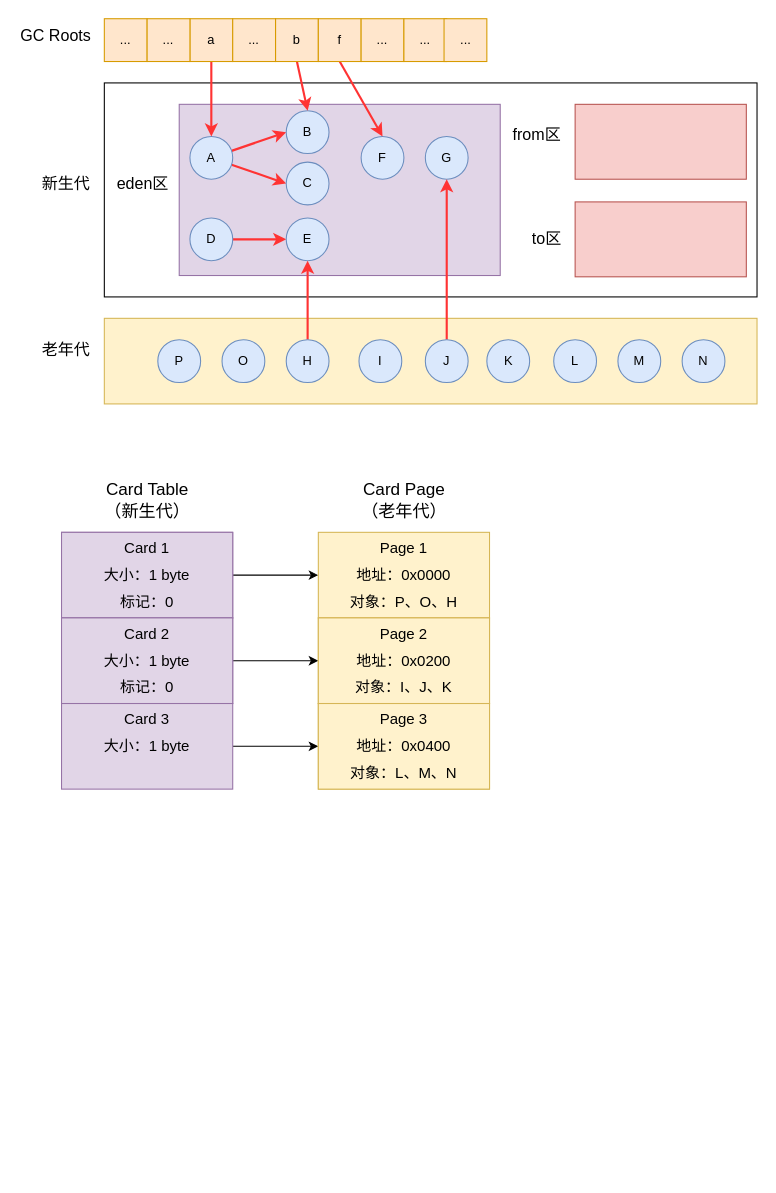
This is 图解 Remembered Set、Card Table、Write Barrier/图解 Remembered Set、Card Table、Write Barrier.drawio from zero-97/picture-of-the-article, a draw.io file, before an edit. Source tidied: cells renumbered, new cells numbered last; positions are measured from the earlier drawing's top-left corner, leaving out a move shared by most shapes. Both pictures are drawn from the tidied source at 107%, with x=0, y=0 at pixel (18, 18).
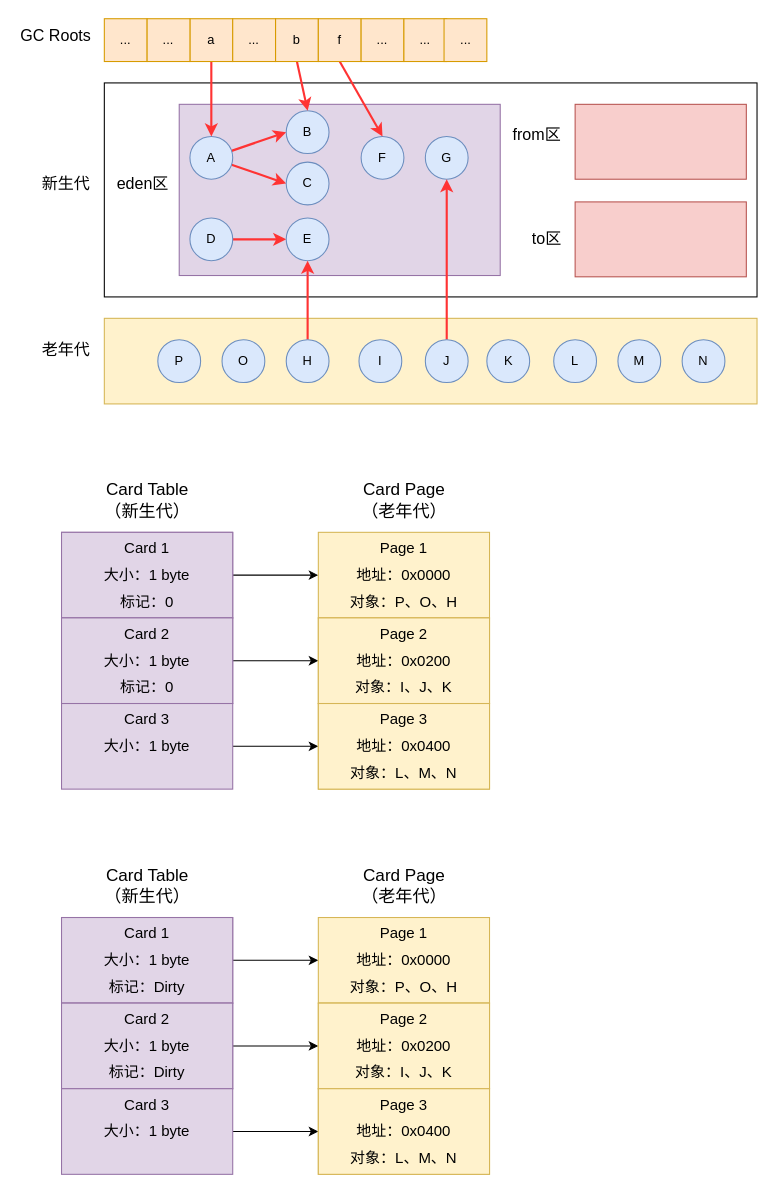
Above is the later version.

The edit, as a diff of the source:
```diff
@@
+    <mxCell id="82" style="edgeStyle=orthogonalEdgeStyle;rounded=0;jettySize=auto;html=1;entryX=0;entryY=0.5;entryDx=0;entryDy=0;fontSize=14;" parent="1" edge="1" source="105" target="88">
+      <mxGeometry relative="1" as="geometry" />
+    </mxCell>
+    <mxCell id="83" style="edgeStyle=orthogonalEdgeStyle;rounded=0;jettySize=auto;html=1;entryX=0;entryY=0.5;entryDx=0;entryDy=0;fontSize=14;" parent="1" edge="1" source="110" target="93">
+      <mxGeometry relative="1" as="geometry" />
+    </mxCell>
+    <mxCell id="84" style="edgeStyle=orthogonalEdgeStyle;rounded=0;jettySize=auto;html=1;entryX=0;entryY=0.5;entryDx=0;entryDy=0;fontSize=14;" parent="1" edge="1" source="115" target="98">
+      <mxGeometry relative="1" as="geometry" />
+    </mxCell>
+    <mxCell id="85" style="group;" parent="1" vertex="1">
+      <mxGeometry x="280" y="790" width="160" height="290" as="geometry" />
+    </mxCell>
+    <mxCell id="86" value="&lt;font style=&quot;font-size: 16px&quot;&gt;Card Page&lt;br&gt;（老年代）&lt;br&gt;&lt;/font&gt;" style="text;html=1;align=center;verticalAlign=middle;strokeColor=none;fillColor=none;" parent="85" vertex="1">
+      <mxGeometry x="30" width="100" height="40" as="geometry" />
+    </mxCell>
+    <mxCell id="87" style="group;" parent="85" vertex="1">
+      <mxGeometry y="50" width="160" height="80" as="geometry" />
+    </mxCell>
+    <mxCell id="88" style="rounded=0;whiteSpace=wrap;html=1;fillColor=#fff2cc;strokeColor=#d6b656;" parent="87" vertex="1">
+      <mxGeometry width="160" height="80" as="geometry" />
+    </mxCell>
+    <mxCell id="89" value="Page 1" style="text;html=1;strokeColor=none;fillColor=none;align=center;verticalAlign=middle;whiteSpace=wrap;rounded=0;fontSize=14;" parent="87" vertex="1">
+      <mxGeometry x="50" width="60" height="30" as="geometry" />
+    </mxCell>
+    <mxCell id="90" value="地址：0x0000" style="text;html=1;strokeColor=none;fillColor=none;align=center;verticalAlign=middle;whiteSpace=wrap;rounded=0;fontSize=14;" parent="87" vertex="1">
+      <mxGeometry x="30" y="25" width="100" height="30" as="geometry" />
+    </mxCell>
+    <mxCell id="91" value="对象：P、O、H" style="text;html=1;strokeColor=none;fillColor=none;align=center;verticalAlign=middle;whiteSpace=wrap;rounded=0;fontSize=14;" parent="87" vertex="1">
+      <mxGeometry x="15" y="50" width="130" height="30" as="geometry" />
+    </mxCell>
+    <mxCell id="92" style="group;fillColor=#fff2cc;strokeColor=#d6b656;" parent="85" vertex="1">
+      <mxGeometry y="130" width="160" height="80" as="geometry" />
+    </mxCell>
+    <mxCell id="93" style="rounded=0;whiteSpace=wrap;html=1;fillColor=#fff2cc;strokeColor=#d6b656;" parent="92" vertex="1">
+      <mxGeometry width="160" height="80" as="geometry" />
+    </mxCell>
+    <mxCell id="94" value="Page 2" style="text;html=1;strokeColor=none;fillColor=none;align=center;verticalAlign=middle;whiteSpace=wrap;rounded=0;fontSize=14;" parent="92" vertex="1">
+      <mxGeometry x="50" width="60" height="30" as="geometry" />
+    </mxCell>
+    <mxCell id="95" value="地址：0x0200" style="text;html=1;strokeColor=none;fillColor=none;align=center;verticalAlign=middle;whiteSpace=wrap;rounded=0;fontSize=14;" parent="92" vertex="1">
+      <mxGeometry x="30" y="25" width="100" height="30" as="geometry" />
+    </mxCell>
+    <mxCell id="96" value="对象：I、J、K" style="text;html=1;strokeColor=none;fillColor=none;align=center;verticalAlign=middle;whiteSpace=wrap;rounded=0;fontSize=14;" parent="92" vertex="1">
+      <mxGeometry x="15" y="50" width="130" height="30" as="geometry" />
+    </mxCell>
+    <mxCell id="97" style="group;fillColor=#fff2cc;strokeColor=#d6b656;" parent="85" vertex="1">
+      <mxGeometry y="210" width="160" height="80" as="geometry" />
+    </mxCell>
+    <mxCell id="98" style="rounded=0;whiteSpace=wrap;html=1;fillColor=#fff2cc;strokeColor=#d6b656;" parent="97" vertex="1">
+      <mxGeometry width="160" height="80" as="geometry" />
+    </mxCell>
+    <mxCell id="99" value="Page 3" style="text;html=1;strokeColor=none;fillColor=none;align=center;verticalAlign=middle;whiteSpace=wrap;rounded=0;fontSize=14;" parent="97" vertex="1">
+      <mxGeometry x="50" width="60" height="30" as="geometry" />
+    </mxCell>
+    <mxCell id="100" value="地址：0x0400" style="text;html=1;strokeColor=none;fillColor=none;align=center;verticalAlign=middle;whiteSpace=wrap;rounded=0;fontSize=14;" parent="97" vertex="1">
+      <mxGeometry x="30" y="25" width="100" height="30" as="geometry" />
+    </mxCell>
+    <mxCell id="101" value="对象：L、M、N" style="text;html=1;strokeColor=none;fillColor=none;align=center;verticalAlign=middle;whiteSpace=wrap;rounded=0;fontSize=14;" parent="97" vertex="1">
+      <mxGeometry x="15" y="50" width="130" height="30" as="geometry" />
+    </mxCell>
+    <mxCell id="102" style="group;" parent="1" vertex="1">
+      <mxGeometry x="40" y="790" width="160" height="290" as="geometry" />
+    </mxCell>
+    <mxCell id="103" value="&lt;font style=&quot;font-size: 16px&quot;&gt;Card Table&lt;br&gt;（新生代）&lt;br&gt;&lt;/font&gt;" style="text;html=1;align=center;verticalAlign=middle;strokeColor=none;fillColor=none;" parent="102" vertex="1">
+      <mxGeometry x="30" width="100" height="40" as="geometry" />
+    </mxCell>
+    <mxCell id="104" style="group;fillColor=#e1d5e7;strokeColor=#9673a6;" parent="102" vertex="1">
+      <mxGeometry y="50" width="160" height="80" as="geometry" />
+    </mxCell>
+    <mxCell id="105" style="rounded=0;whiteSpace=wrap;html=1;fillColor=#e1d5e7;strokeColor=#9673a6;" parent="104" vertex="1">
+      <mxGeometry width="160" height="80" as="geometry" />
+    </mxCell>
+    <mxCell id="106" value="Card 1" style="text;html=1;strokeColor=none;fillColor=none;align=center;verticalAlign=middle;whiteSpace=wrap;rounded=0;fontSize=14;" parent="104" vertex="1">
+      <mxGeometry x="50" width="60" height="30" as="geometry" />
+    </mxCell>
+    <mxCell id="107" value="大小：1 byte" style="text;html=1;strokeColor=none;fillColor=none;align=center;verticalAlign=middle;whiteSpace=wrap;rounded=0;fontSize=14;" parent="104" vertex="1">
+      <mxGeometry x="30" y="25" width="100" height="30" as="geometry" />
+    </mxCell>
+    <mxCell id="108" value="标记：Dirty" style="text;html=1;strokeColor=none;fillColor=none;align=center;verticalAlign=middle;whiteSpace=wrap;rounded=0;fontSize=14;" parent="104" vertex="1">
+      <mxGeometry x="30" y="50" width="100" height="30" as="geometry" />
+    </mxCell>
+    <mxCell id="109" style="group;fillColor=#e1d5e7;strokeColor=#9673a6;" parent="102" vertex="1">
+      <mxGeometry y="130" width="160" height="80" as="geometry" />
+    </mxCell>
+    <mxCell id="110" style="rounded=0;whiteSpace=wrap;html=1;fillColor=#e1d5e7;strokeColor=#9673a6;" parent="109" vertex="1">
+      <mxGeometry width="160" height="80" as="geometry" />
+    </mxCell>
+    <mxCell id="111" value="Card 2" style="text;html=1;strokeColor=none;fillColor=none;align=center;verticalAlign=middle;whiteSpace=wrap;rounded=0;fontSize=14;" parent="109" vertex="1">
+      <mxGeometry x="50" width="60" height="30" as="geometry" />
+    </mxCell>
+    <mxCell id="112" value="大小：1 byte" style="text;html=1;strokeColor=none;fillColor=none;align=center;verticalAlign=middle;whiteSpace=wrap;rounded=0;fontSize=14;" parent="109" vertex="1">
+      <mxGeometry x="30" y="25" width="100" height="30" as="geometry" />
+    </mxCell>
+    <mxCell id="113" value="标记：Dirty" style="text;html=1;strokeColor=none;fillColor=none;align=center;verticalAlign=middle;whiteSpace=wrap;rounded=0;fontSize=14;" parent="109" vertex="1">
+      <mxGeometry x="30" y="50" width="100" height="30" as="geometry" />
+    </mxCell>
+    <mxCell id="114" style="group;" parent="102" vertex="1">
+      <mxGeometry y="210" width="160" height="80" as="geometry" />
+    </mxCell>
+    <mxCell id="115" style="rounded=0;whiteSpace=wrap;html=1;fillColor=#e1d5e7;strokeColor=#9673a6;" parent="114" vertex="1">
+      <mxGeometry width="160" height="80" as="geometry" />
+    </mxCell>
+    <mxCell id="116" value="Card 3" style="text;html=1;strokeColor=none;fillColor=none;align=center;verticalAlign=middle;whiteSpace=wrap;rounded=0;fontSize=14;" parent="114" vertex="1">
+      <mxGeometry x="50" width="60" height="30" as="geometry" />
+    </mxCell>
+    <mxCell id="117" value="大小：1 byte" style="text;html=1;strokeColor=none;fillColor=none;align=center;verticalAlign=middle;whiteSpace=wrap;rounded=0;fontSize=14;" parent="114" vertex="1">
+      <mxGeometry x="30" y="25" width="100" height="30" as="geometry" />
+    </mxCell>
```
